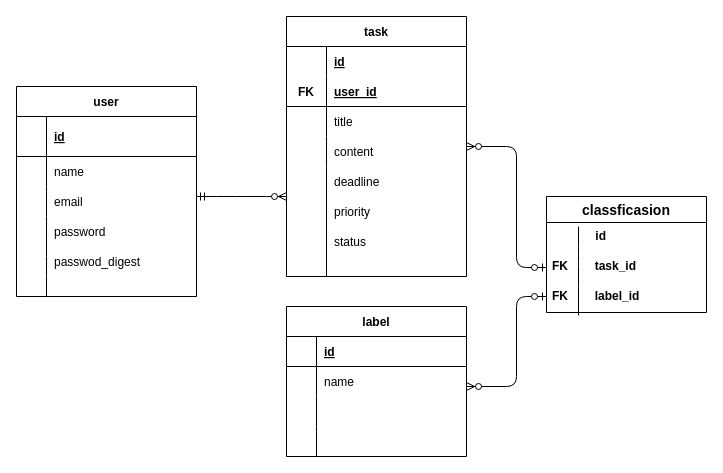
Before: docs/er.drawio in chihiro-kakizaki/task_app, a draw.io diagram. Source tidied: cells renumbered, new cells numbered last; positions are measured from the earlier drawing's top-left corner, leaving out a move shared by most shapes. Both pictures are drawn from the tidied source at 100%, with x=0, y=0 at pixel (16, 16).
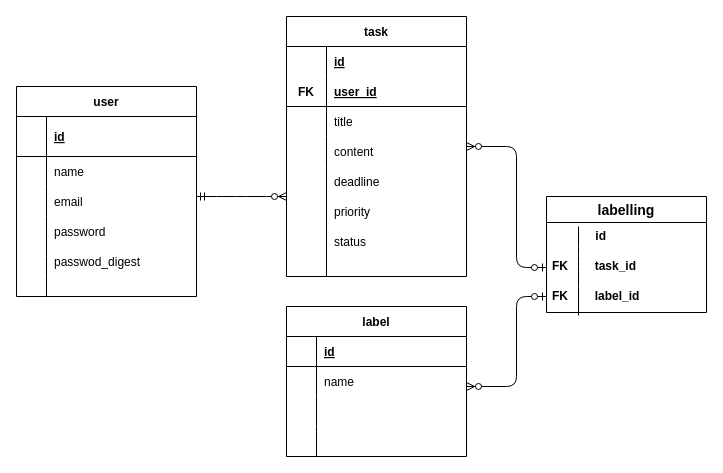
After the change.

Commit message (it also covers changes not shown here):
improve:er図修正

The edit, as a diff of the source:
```diff
@@
-    <mxCell id="34" value="classficasion" style="swimlane;fontStyle=1;horizontal=1;startSize=26;align=center;fontSize=14;" parent="1" vertex="1">
+    <mxCell id="34" value="labelling" style="swimlane;fontStyle=1;horizontal=1;startSize=26;align=center;fontSize=14;" parent="1" vertex="1">
       <mxGeometry x="530" y="180" width="160" height="116" as="geometry" />
     </mxCell>
```
